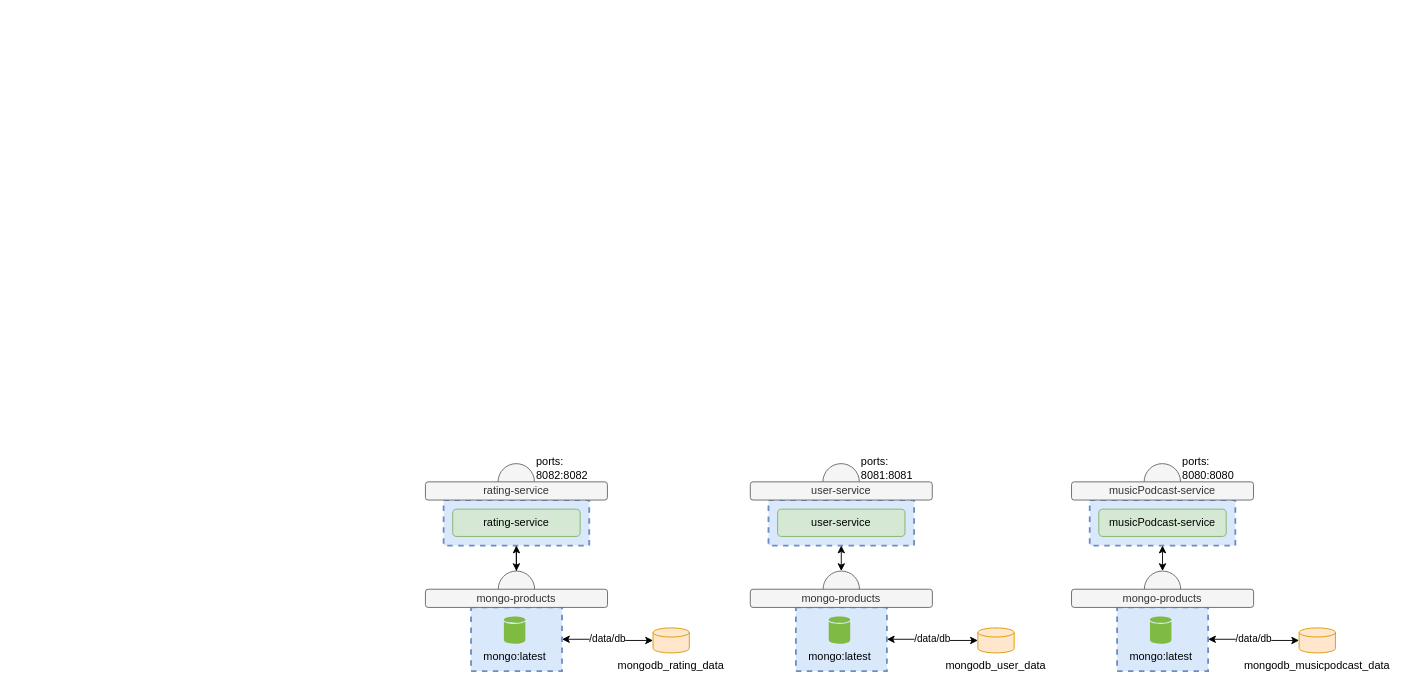
Earlier version of the draw.io diagram muziekservice.drawio (EvaBurghoorn/ProjectEDE_muziekservice). Source tidied: cells renumbered, new cells numbered last; positions are measured from the earlier drawing's top-left corner, leaving out a move shared by most shapes. Both pictures are drawn from the tidied source at 91%, with x=0, y=0 at pixel (425, 454).
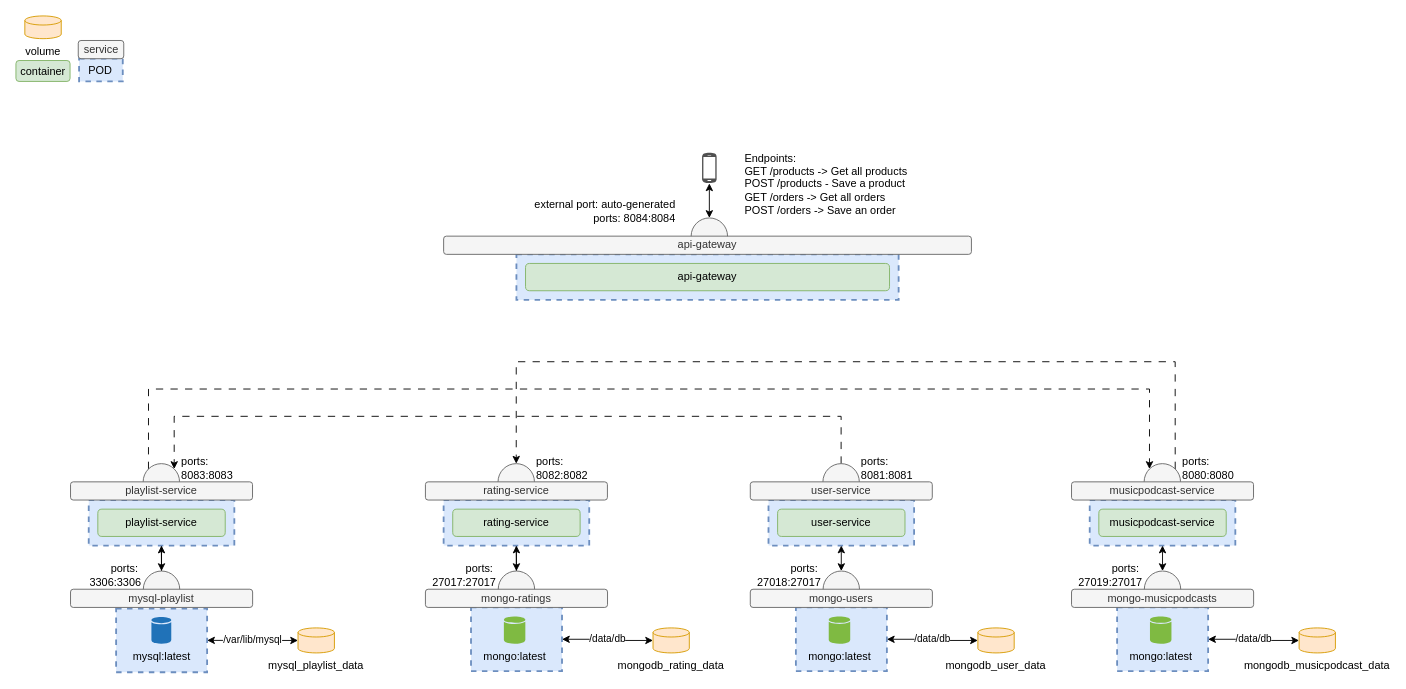
Above is the later version.

Unchanged cells that the change refers to:
```xml
<mxCell id="2" style="ellipse;whiteSpace=wrap;html=1;strokeWidth=1;fillColor=#f5f5f5;strokeColor=#666666;fontColor=#333333;" parent="1" vertex="1">
  <mxGeometry x="789.8" y="10" width="40" height="40" as="geometry" />
</mxCell>
<mxCell id="14" style="ellipse;whiteSpace=wrap;html=1;strokeWidth=1;fillColor=#f5f5f5;strokeColor=#666666;fontColor=#333333;" parent="1" vertex="1">
  <mxGeometry x="436.8" y="10" width="40" height="40" as="geometry" />
</mxCell>
<mxCell id="27" style="ellipse;whiteSpace=wrap;html=1;strokeWidth=1;fillColor=#f5f5f5;strokeColor=#666666;fontColor=#333333;" parent="1" vertex="1">
  <mxGeometry x="79.8" y="10" width="40" height="40" as="geometry" />
</mxCell>
```

What changed in the source:
```diff
@@
+    <mxCell id="39" style="rounded=0;whiteSpace=wrap;html=1;strokeColor=#6c8ebf;dashed=1;strokeWidth=2;fillColor=#dae8fc;" parent="1" vertex="1">
+      <mxGeometry x="-339.9" y="169.2" width="100" height="70" as="geometry" />
+    </mxCell>
+    <mxCell id="40" style="edgeStyle=orthogonalEdgeStyle;rounded=0;jettySize=auto;html=1;exitX=1;exitY=0;exitDx=0;exitDy=0;entryX=0.5;entryY=0;entryDx=0;entryDy=0;dashed=1;dashPattern=8 8;" parent="1" edge="1" source="2" target="27">
+      <mxGeometry relative="1" as="geometry">
+        <Array as="points">
+          <mxPoint x="824" y="-102" />
+          <mxPoint x="100" y="-102" />
+        </Array>
+      </mxGeometry>
+    </mxCell>
@@
-    <mxCell id="5" value="musicPodcast-service" style="rounded=1;whiteSpace=wrap;html=1;fillColor=#d5e8d4;strokeColor=#82b366;" parent="1" vertex="1">
+    <mxCell id="5" value="musicpodcast-service" style="rounded=1;whiteSpace=wrap;html=1;fillColor=#d5e8d4;strokeColor=#82b366;" parent="1" vertex="1">
       <mxGeometry x="740" y="60" width="140" height="30" as="geometry" />
     </mxCell>
-    <mxCell id="6" value="musicPodcast-service" style="rounded=1;whiteSpace=wrap;html=1;fillColor=#f5f5f5;strokeColor=#666666;fontColor=#333333;" parent="1" vertex="1">
+    <mxCell id="6" value="musicpodcast-service" style="rounded=1;whiteSpace=wrap;html=1;fillColor=#f5f5f5;strokeColor=#666666;fontColor=#333333;" parent="1" vertex="1">
       <mxGeometry x="710" y="30" width="200" height="20" as="geometry" />
     </mxCell>
@@
-    <mxCell id="10" value="mongo-products" style="rounded=1;whiteSpace=wrap;html=1;fillColor=#f5f5f5;strokeColor=#666666;fontColor=#333333;" parent="1" vertex="1">
+    <mxCell id="10" value="mongo-musicpodcasts" style="rounded=1;whiteSpace=wrap;html=1;fillColor=#f5f5f5;strokeColor=#666666;fontColor=#333333;" parent="1" vertex="1">
       <mxGeometry x="710" y="148" width="200.1" height="20" as="geometry" />
     </mxCell>
@@
+    <mxCell id="41" style="edgeStyle=orthogonalEdgeStyle;rounded=0;jettySize=auto;html=1;entryX=1;entryY=0;entryDx=0;entryDy=0;dashed=1;dashPattern=8 8;" parent="1" edge="1" source="14" target="44">
+      <mxGeometry relative="1" as="geometry">
+        <Array as="points">
+          <mxPoint x="457" y="-42" />
+          <mxPoint x="-276" y="-42" />
+        </Array>
+      </mxGeometry>
+    </mxCell>
@@
-    <mxCell id="22" value="mongo-products" style="rounded=1;whiteSpace=wrap;html=1;fillColor=#f5f5f5;strokeColor=#666666;fontColor=#333333;" parent="1" vertex="1">
+    <mxCell id="22" value="mongo-users" style="rounded=1;whiteSpace=wrap;html=1;fillColor=#f5f5f5;strokeColor=#666666;fontColor=#333333;" parent="1" vertex="1">
       <mxGeometry x="357" y="148" width="200.1" height="20" as="geometry" />
     </mxCell>
@@
-    <mxCell id="35" value="mongo-products" style="rounded=1;whiteSpace=wrap;html=1;fillColor=#f5f5f5;strokeColor=#666666;fontColor=#333333;" parent="1" vertex="1">
+    <mxCell id="35" value="mongo-ratings" style="rounded=1;whiteSpace=wrap;html=1;fillColor=#f5f5f5;strokeColor=#666666;fontColor=#333333;" parent="1" vertex="1">
       <mxGeometry y="148" width="200.1" height="20" as="geometry" />
     </mxCell>
@@
+    <mxCell id="42" style="edgeStyle=orthogonalEdgeStyle;rounded=0;jettySize=auto;html=1;" parent="1" edge="1" source="44" target="50">
+      <mxGeometry relative="1" as="geometry" />
+    </mxCell>
+    <mxCell id="43" style="edgeStyle=orthogonalEdgeStyle;rounded=0;jettySize=auto;html=1;exitX=0;exitY=0;exitDx=0;exitDy=0;entryX=0;entryY=0;entryDx=0;entryDy=0;dashed=1;dashPattern=8 8;" parent="1" edge="1" source="44" target="2">
+      <mxGeometry relative="1" as="geometry">
+        <Array as="points">
+          <mxPoint x="-304" y="-72" />
+          <mxPoint x="796" y="-72" />
+        </Array>
+      </mxGeometry>
+    </mxCell>
+    <mxCell id="44" style="ellipse;whiteSpace=wrap;html=1;strokeWidth=1;fillColor=#f5f5f5;strokeColor=#666666;fontColor=#333333;" parent="1" vertex="1">
+      <mxGeometry x="-310.2" y="10" width="40" height="40" as="geometry" />
+    </mxCell>
+    <mxCell id="45" style="rounded=0;whiteSpace=wrap;html=1;strokeColor=#6c8ebf;dashed=1;strokeWidth=2;fillColor=#dae8fc;" parent="1" vertex="1">
+      <mxGeometry x="-370" y="50" width="160" height="50" as="geometry" />
+    </mxCell>
+    <mxCell id="46" value="playlist-service" style="rounded=1;whiteSpace=wrap;html=1;fillColor=#d5e8d4;strokeColor=#82b366;" parent="1" vertex="1">
+      <mxGeometry x="-360" y="60" width="140" height="30" as="geometry" />
+    </mxCell>
+    <mxCell id="47" value="playlist-service" style="rounded=1;whiteSpace=wrap;html=1;fillColor=#f5f5f5;strokeColor=#666666;fontColor=#333333;" parent="1" vertex="1">
+      <mxGeometry x="-390" y="30" width="200" height="20" as="geometry" />
+    </mxCell>
+    <mxCell id="48" value="&lt;div&gt;ports:&lt;/div&gt;&lt;div&gt;8083:&lt;span style=&quot;background-color: initial;&quot;&gt;8083&lt;/span&gt;&lt;/div&gt;" style="text;html=1;strokeColor=none;fillColor=none;align=left;verticalAlign=middle;whiteSpace=wrap;rounded=0;" parent="1" vertex="1">
+      <mxGeometry x="-270.2" width="109" height="30" as="geometry" />
+    </mxCell>
+    <mxCell id="49" style="ellipse;whiteSpace=wrap;html=1;strokeWidth=1;fillColor=#f5f5f5;strokeColor=#666666;fontColor=#333333;" parent="1" vertex="1">
+      <mxGeometry x="-310" y="128" width="40" height="40" as="geometry" />
+    </mxCell>
+    <mxCell id="50" value="mysql-playlist&lt;br&gt;" style="rounded=1;whiteSpace=wrap;html=1;fillColor=#f5f5f5;strokeColor=#666666;fontColor=#333333;" parent="1" vertex="1">
+      <mxGeometry x="-390" y="148" width="200.1" height="20" as="geometry" />
+    </mxCell>
+    <mxCell id="51" style="endArrow=classic;startArrow=classic;html=1;exitX=0.5;exitY=1;exitDx=0;exitDy=0;entryX=0.5;entryY=0;entryDx=0;entryDy=0;" parent="1" edge="1" source="45" target="49">
+      <mxGeometry relative="1" as="geometry" />
+    </mxCell>
+    <mxCell id="52" value="/var/lib/mysql" style="edgeStyle=orthogonalEdgeStyle;rounded=0;jettySize=auto;html=1;entryX=1;entryY=0.5;entryDx=0;entryDy=0;startArrow=classic;startFill=1;" parent="1" edge="1" source="53" target="39">
+      <mxGeometry relative="1" as="geometry" />
+    </mxCell>
+    <mxCell id="53" value="mysql_playlist_data" style="shape=cylinder3;whiteSpace=wrap;html=1;boundedLbl=1;backgroundOutline=1;size=5;verticalAlign=top;labelPosition=center;verticalLabelPosition=bottom;align=center;fillColor=#ffe6cc;strokeColor=#d79b00;" parent="1" vertex="1">
+      <mxGeometry x="-140" y="190.5" width="40" height="27.5" as="geometry" />
+    </mxCell>
+    <mxCell id="54" value="mysql:latest" style="shadow=0;dashed=0;html=1;strokeColor=none;labelPosition=center;verticalLabelPosition=bottom;verticalAlign=top;align=center;shape=mxgraph.office.databases.database;fillColor=#2072B8;" parent="1" vertex="1">
+      <mxGeometry x="-301.1" y="178.5" width="21.8" height="29.5" as="geometry" />
+    </mxCell>
+    <mxCell id="55" value="&lt;div&gt;&lt;span&gt;ports:&amp;nbsp;&lt;/span&gt;&lt;br&gt;&lt;/div&gt;3306:3306" style="text;html=1;strokeColor=none;fillColor=none;align=right;verticalAlign=middle;whiteSpace=wrap;rounded=0;" parent="1" vertex="1">
+      <mxGeometry x="-419.2" y="118" width="109" height="30" as="geometry" />
+    </mxCell>
+    <mxCell id="56" value="&lt;div&gt;&lt;span&gt;ports:&amp;nbsp;&lt;/span&gt;&lt;br&gt;&lt;/div&gt;27017:27017" style="text;html=1;strokeColor=none;fillColor=none;align=right;verticalAlign=middle;whiteSpace=wrap;rounded=0;" parent="1" vertex="1">
+      <mxGeometry x="-29" y="118" width="109" height="30" as="geometry" />
+    </mxCell>
+    <mxCell id="57" value="&lt;div&gt;&lt;span&gt;ports:&amp;nbsp;&lt;/span&gt;&lt;br&gt;&lt;/div&gt;27019:27017" style="text;html=1;strokeColor=none;fillColor=none;align=right;verticalAlign=middle;whiteSpace=wrap;rounded=0;" parent="1" vertex="1">
+      <mxGeometry x="680.8" y="118" width="109" height="30" as="geometry" />
+    </mxCell>
+    <mxCell id="58" value="&lt;div&gt;&lt;span&gt;ports:&amp;nbsp;&lt;/span&gt;&lt;br&gt;&lt;/div&gt;27018:27017" style="text;html=1;strokeColor=none;fillColor=none;align=right;verticalAlign=middle;whiteSpace=wrap;rounded=0;" parent="1" vertex="1">
+      <mxGeometry x="328" y="118" width="109" height="30" as="geometry" />
+    </mxCell>
+    <mxCell id="59" value="POD" style="rounded=0;whiteSpace=wrap;html=1;strokeColor=#6c8ebf;dashed=1;fillColor=#dae8fc;strokeWidth=2;" parent="1" vertex="1">
+      <mxGeometry x="-380.6" y="-435" width="48" height="25" as="geometry" />
+    </mxCell>
+    <mxCell id="60" value="service" style="rounded=1;whiteSpace=wrap;html=1;fillColor=#f5f5f5;strokeColor=#666666;fontColor=#333333;" parent="1" vertex="1">
+      <mxGeometry x="-381.5" y="-455" width="50" height="20" as="geometry" />
+    </mxCell>
+    <mxCell id="61" value="container" style="rounded=1;whiteSpace=wrap;html=1;fillColor=#d5e8d4;strokeColor=#82b366;" parent="1" vertex="1">
+      <mxGeometry x="-450" y="-433" width="59.5" height="23" as="geometry" />
+    </mxCell>
+    <mxCell id="62" value="volume" style="shape=cylinder3;whiteSpace=wrap;html=1;boundedLbl=1;backgroundOutline=1;size=5;verticalAlign=top;labelPosition=center;verticalLabelPosition=bottom;align=center;fillColor=#ffe6cc;strokeColor=#d79b00;" parent="1" vertex="1">
+      <mxGeometry x="-440.2" y="-482" width="40" height="25" as="geometry" />
+    </mxCell>
+    <mxCell id="63" style="shadow=0;dashed=0;html=1;strokeColor=none;fillColor=#505050;labelPosition=center;verticalLabelPosition=bottom;verticalAlign=top;outlineConnect=0;align=center;shape=mxgraph.office.devices.cell_phone_android_standalone;" parent="1" vertex="1">
+      <mxGeometry x="304" y="-332" width="16" height="34" as="geometry" />
+    </mxCell>
+    <mxCell id="64" style="rounded=0;whiteSpace=wrap;html=1;strokeColor=#6c8ebf;dashed=1;strokeWidth=2;fillColor=#dae8fc;" parent="1" vertex="1">
+      <mxGeometry x="100" y="-220" width="420" height="50" as="geometry" />
+    </mxCell>
+    <mxCell id="65" value="api-gateway" style="rounded=1;whiteSpace=wrap;html=1;fillColor=#d5e8d4;strokeColor=#82b366;" parent="1" vertex="1">
+      <mxGeometry x="110" y="-210" width="400" height="30" as="geometry" />
+    </mxCell>
+    <mxCell id="66" style="ellipse;whiteSpace=wrap;html=1;strokeWidth=1;fillColor=#f5f5f5;strokeColor=#666666;fontColor=#333333;" parent="1" vertex="1">
+      <mxGeometry x="292" y="-260" width="40" height="40" as="geometry" />
+    </mxCell>
+    <mxCell id="67" value="api-gateway" style="rounded=1;whiteSpace=wrap;html=1;fillColor=#f5f5f5;strokeColor=#666666;fontColor=#333333;" parent="1" vertex="1">
+      <mxGeometry x="20" y="-240" width="580" height="20" as="geometry" />
+    </mxCell>
+    <mxCell id="68" value="&lt;div&gt;external port: auto-generated&lt;/div&gt;&lt;div&gt;ports: 8084:&lt;span style=&quot;background-color: initial;&quot;&gt;8084&lt;/span&gt;&lt;/div&gt;" style="text;html=1;strokeColor=none;fillColor=none;align=right;verticalAlign=middle;whiteSpace=wrap;rounded=0;" parent="1" vertex="1">
+      <mxGeometry x="98.9" y="-282" width="178" height="30" as="geometry" />
+    </mxCell>
+    <mxCell id="69" style="endArrow=classic;startArrow=classic;html=1;rounded=0;exitX=0.5;exitY=0;exitDx=0;exitDy=0;" parent="1" edge="1" source="66" target="63">
+      <mxGeometry relative="1" as="geometry" />
+    </mxCell>
+    <mxCell id="70" value="Endpoints:&lt;br&gt;GET /products -&amp;gt; Get all products&lt;br&gt;POST /products - Save a product&lt;br&gt;GET /orders -&amp;gt; Get all orders&lt;br&gt;POST /orders -&amp;gt; Save an order" style="text;html=1;strokeColor=none;fillColor=none;align=left;verticalAlign=middle;whiteSpace=wrap;rounded=0;" parent="1" vertex="1">
+      <mxGeometry x="348.5" y="-342" width="240" height="90" as="geometry" />
+    </mxCell>
```
